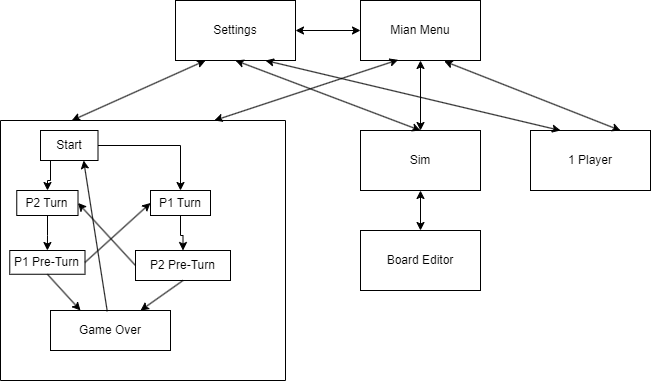
GillsSpace/Backgammon_AI keeps this draw.io diagram as Version 3/Diagram_v3.png. Above is the earlier version. Source tidied: cells renumbered, new cells last; positions are measured from the earlier drawing's top-left corner, leaving out a move shared by most shapes.
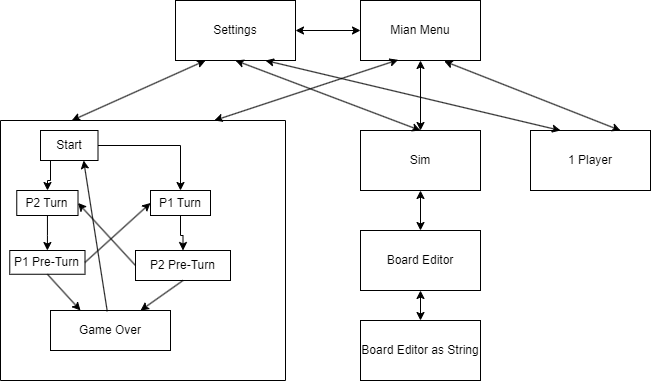
The same file after the commit.

Diff of the diagram source:
```diff
@@ -94,5 +94,11 @@
     <mxCell id="30" style="endArrow=classic;html=1;rounded=0;exitX=0.473;exitY=0.02;exitDx=0;exitDy=0;exitPerimeter=0;entryX=0.75;entryY=1;entryDx=0;entryDy=0;" parent="15" edge="1" source="27" target="18">
       <mxGeometry relative="1" as="geometry" />
     </mxCell>
+    <mxCell id="31" value="Board Editor as String" style="rounded=0;whiteSpace=wrap;html=1;" parent="1" vertex="1">
+      <mxGeometry x="360" y="320" width="120" height="60" as="geometry" />
+    </mxCell>
+    <mxCell id="32" style="endArrow=classic;startArrow=classic;html=1;rounded=0;entryX=0.5;entryY=1;entryDx=0;entryDy=0;exitX=0.5;exitY=0;exitDx=0;exitDy=0;" parent="1" edge="1" source="31" target="13">
+      <mxGeometry relative="1" as="geometry" />
+    </mxCell>
   </root>
 </mxGraphModel>
```
